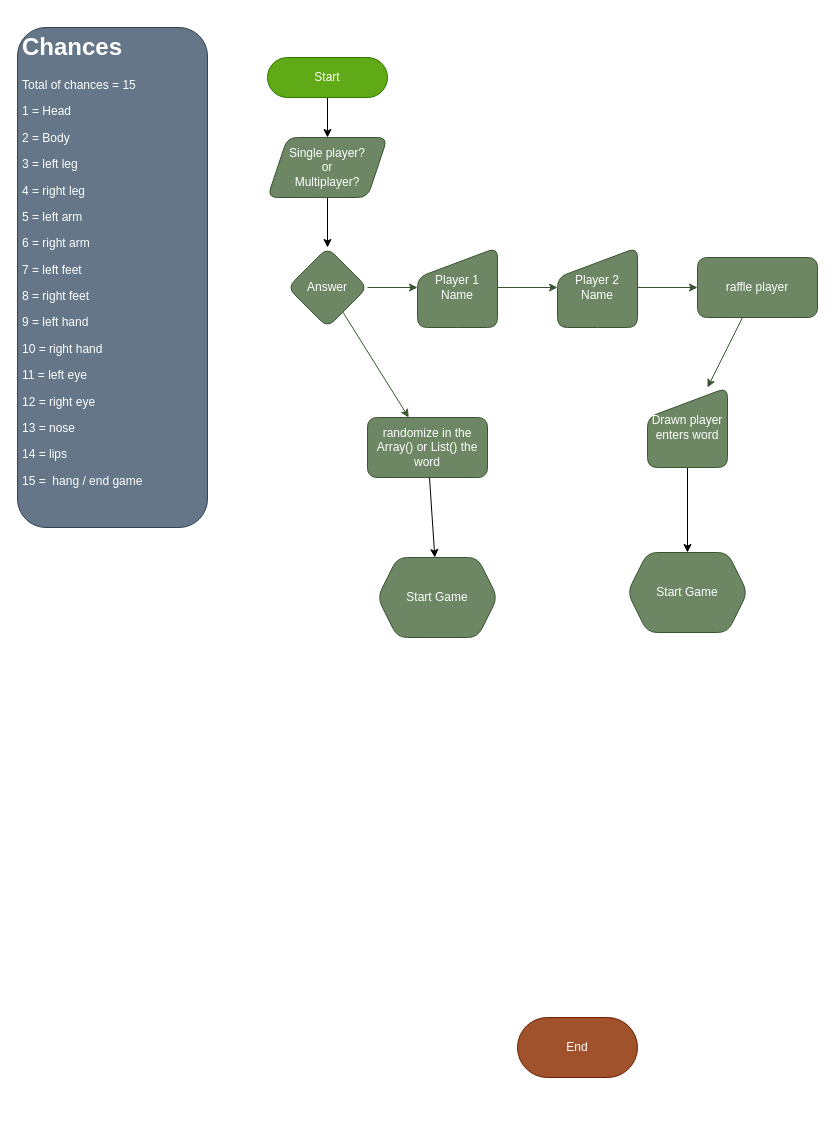
JorgeFilipe/ws-python keeps this draw.io diagram as jogo-da-forca/Schema.drawio. Above is the earlier version. Source tidied: cells renumbered, new cells numbered last; positions are measured from the earlier drawing's top-left corner, leaving out a move shared by most shapes. Both pictures are drawn from the tidied source at 100%, with x=0, y=0 at pixel (17, 27).
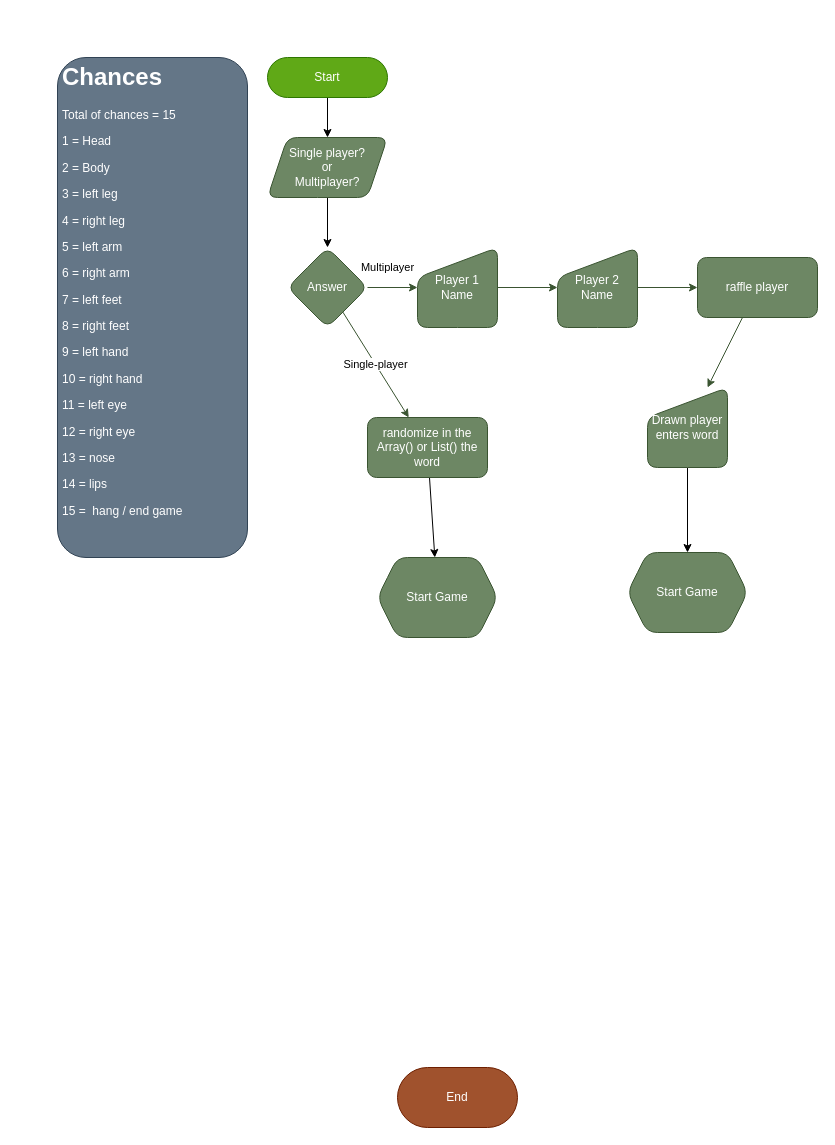
After the change.

The change refers to these unchanged cells:
```xml
<mxCell id="8" value="Answer" style="rhombus;whiteSpace=wrap;html=1;fillColor=#6d8764;fontColor=#ffffff;strokeColor=#3A5431;rounded=1;" parent="1" vertex="1">
  <mxGeometry x="270" y="220" width="80" height="80" as="geometry" />
</mxCell>
<mxCell id="12" value="Player 1&lt;br&gt;Name" style="shape=manualInput;whiteSpace=wrap;html=1;fillColor=#6d8764;fontColor=#ffffff;strokeColor=#3A5431;rounded=1;" parent="1" vertex="1">
  <mxGeometry x="400" y="220" width="80" height="80" as="geometry" />
</mxCell>
<mxCell id="18" value="randomize in the Array() or List() the word" style="whiteSpace=wrap;html=1;fillColor=#6d8764;fontColor=#ffffff;strokeColor=#3A5431;rounded=1;" parent="1" vertex="1">
  <mxGeometry x="350" y="390" width="120" height="60" as="geometry" />
</mxCell>
```

Change to the diagram source:
```diff
@@
-    <mxCell id="6" style="edgeStyle=none;html=1;fillColor=#6d8764;strokeColor=#3A5431;rounded=1;" parent="1" edge="1" source="8" target="12">
-      <mxGeometry relative="1" as="geometry" />
+    <mxCell id="6" value="Multiplayer" style="edgeStyle=none;html=1;fillColor=#6d8764;strokeColor=#3A5431;rounded=1;" parent="1" edge="1" source="8" target="12">
+      <mxGeometry x="-0.2" y="20" relative="1" as="geometry" />
     </mxCell>
-    <mxCell id="7" style="edgeStyle=none;html=1;fillColor=#6d8764;strokeColor=#3A5431;rounded=1;" parent="1" edge="1" source="8" target="18">
+    <mxCell id="7" value="Single-player" style="edgeStyle=none;html=1;fillColor=#6d8764;strokeColor=#3A5431;rounded=1;" parent="1" edge="1" source="8" target="18">
       <mxGeometry relative="1" as="geometry" />
     </mxCell>
@@
     <mxCell id="20" value="&lt;h1&gt;Chances&lt;/h1&gt;&lt;p&gt;Total of chances = 15&lt;/p&gt;&lt;p&gt;1 = Head&lt;/p&gt;&lt;p&gt;2 = Body&lt;/p&gt;&lt;p&gt;3 = left leg&amp;nbsp;&lt;/p&gt;&lt;p&gt;4 = right leg&lt;/p&gt;&lt;p&gt;5 = left arm&lt;/p&gt;&lt;p&gt;6 = right arm&lt;/p&gt;&lt;p&gt;7 = left feet&lt;/p&gt;&lt;p&gt;8 = right feet&lt;/p&gt;&lt;p&gt;9 = left hand&lt;/p&gt;&lt;p&gt;10 = right hand&lt;/p&gt;&lt;p&gt;11 = left eye&lt;/p&gt;&lt;p&gt;12 = right eye&lt;/p&gt;&lt;p&gt;13 = nose&lt;/p&gt;&lt;p&gt;14 = lips&lt;/p&gt;&lt;p&gt;15 =&amp;nbsp; hang / end game&lt;/p&gt;" style="text;html=1;strokeColor=#314354;fillColor=#647687;spacing=5;spacingTop=-20;whiteSpace=wrap;overflow=hidden;rounded=1;fontColor=#ffffff;" parent="1" vertex="1">
-      <mxGeometry width="190" height="500" as="geometry" />
+      <mxGeometry x="40" y="30" width="190" height="500" as="geometry" />
     </mxCell>
     <mxCell id="21" value="End" style="rounded=1;whiteSpace=wrap;html=1;arcSize=50;fillColor=#a0522d;fontColor=#ffffff;strokeColor=#6D1F00;" parent="1" vertex="1">
-      <mxGeometry x="500" y="990" width="120" height="60" as="geometry" />
+      <mxGeometry x="380" y="1040" width="120" height="60" as="geometry" />
     </mxCell>
```
